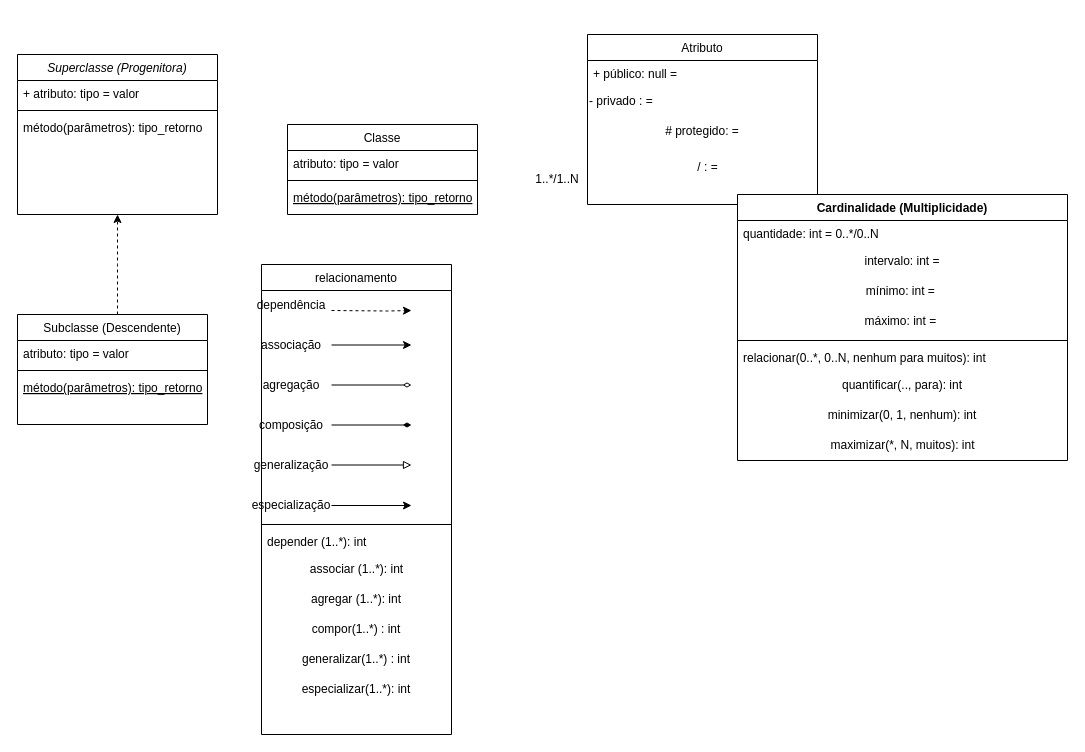
Earlier version of the draw.io diagram Diagrama sem nome.drawio (Italo-SS-95/Grau-T-cnico-INF-07). Source tidied: cells renumbered, new cells numbered last; positions are measured from the earlier drawing's top-left corner, leaving out a move shared by most shapes. Both pictures are drawn from the tidied source at 100%, with x=0, y=0 at pixel (17, 34).
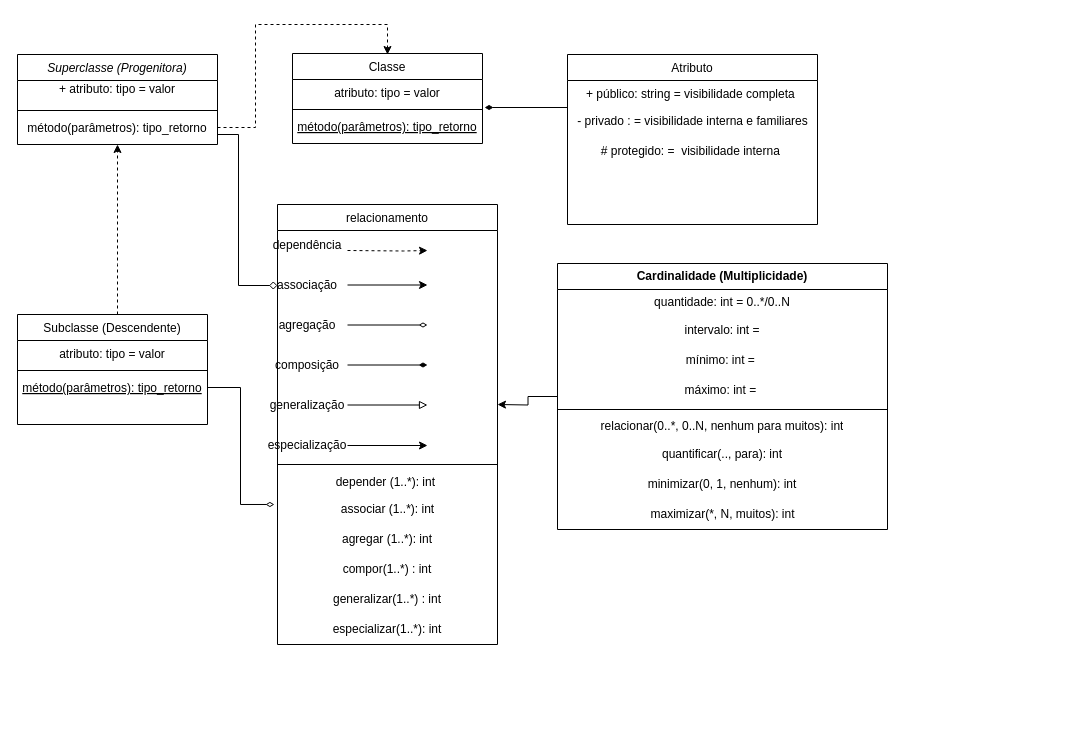
After the change.

The change refers to these unchanged cells:
```xml
<mxCell id="24" value="associação" style="text;strokeColor=none;align=center;fillColor=none;html=1;verticalAlign=middle;whiteSpace=wrap;rounded=0;" parent="23" vertex="1">
  <mxGeometry width="60" height="30" as="geometry" />
</mxCell>
```

The edit, as a diff of the source:
```diff
@@
+    <mxCell id="53" style="edgeStyle=orthogonalEdgeStyle;rounded=0;jettySize=auto;html=1;entryX=0;entryY=0.5;entryDx=0;entryDy=0;endArrow=diamond;endFill=0;align=center;verticalAlign=middle;" parent="1" edge="1" source="2" target="24">
+      <mxGeometry relative="1" as="geometry">
+        <Array as="points">
+          <mxPoint x="221" y="100" />
+          <mxPoint x="221" y="251" />
+        </Array>
+      </mxGeometry>
+    </mxCell>
-    <mxCell id="2" value="Superclasse (Progenitora)" style="swimlane;fontStyle=2;align=center;verticalAlign=top;horizontal=1;startSize=26;rounded=0;shadow=0;strokeWidth=1;" parent="1" vertex="1">
-      <mxGeometry y="20" width="200" height="160" as="geometry" />
+    <mxCell id="2" value="Superclasse (Progenitora)" style="swimlane;fontStyle=2;align=center;verticalAlign=middle;horizontal=1;startSize=26;rounded=0;shadow=0;strokeWidth=1;" parent="1" vertex="1">
+      <mxGeometry y="20" width="200" height="90" as="geometry" />
     </mxCell>
-    <mxCell id="3" value="+ atributo: tipo = valor&#10;&#10;" style="text;align=left;verticalAlign=top;spacingLeft=4;spacingRight=4;overflow=hidden;" parent="2" vertex="1">
+    <mxCell id="3" value="+ atributo: tipo = valor&#10;&#10;" style="text;align=center;verticalAlign=middle;spacingLeft=4;spacingRight=4;overflow=hidden;" parent="2" vertex="1">
       <mxGeometry y="26" width="200" height="26" as="geometry" />
     </mxCell>
-    <mxCell id="4" style="line;html=1;strokeWidth=1;align=left;verticalAlign=middle;spacingTop=-1;spacingLeft=3;spacingRight=3;labelPosition=right;" parent="2" vertex="1">
+    <mxCell id="4" style="line;html=1;strokeWidth=1;align=center;verticalAlign=middle;spacingTop=-1;spacingLeft=3;spacingRight=3;labelPosition=right;" parent="2" vertex="1">
       <mxGeometry y="52" width="200" height="8" as="geometry" />
     </mxCell>
-    <mxCell id="5" value="método(parâmetros): tipo_retorno" style="text;align=left;verticalAlign=top;spacingLeft=4;spacingRight=4;overflow=hidden;points=[[0,0.5],[1,0.5]];portConstraint=eastwest;" parent="2" vertex="1">
+    <mxCell id="5" value="método(parâmetros): tipo_retorno" style="text;align=center;verticalAlign=middle;spacingLeft=4;spacingRight=4;overflow=hidden;points=[[0,0.5],[1,0.5]];portConstraint=eastwest;" parent="2" vertex="1">
       <mxGeometry y="60" width="200" height="26" as="geometry" />
     </mxCell>
-    <mxCell id="6" value="Subclasse (Descendente)" style="swimlane;fontStyle=0;align=center;verticalAlign=top;horizontal=1;startSize=26;rounded=0;shadow=0;strokeWidth=1;" parent="1" vertex="1">
+    <mxCell id="6" value="Subclasse (Descendente)" style="swimlane;fontStyle=0;align=center;verticalAlign=middle;horizontal=1;startSize=26;rounded=0;shadow=0;strokeWidth=1;" parent="1" vertex="1">
       <mxGeometry y="280" width="190" height="110" as="geometry" />
     </mxCell>
-    <mxCell id="7" value="atributo: tipo = valor" style="text;align=left;verticalAlign=top;spacingLeft=4;spacingRight=4;overflow=hidden;" parent="6" vertex="1">
+    <mxCell id="7" value="atributo: tipo = valor" style="text;align=center;verticalAlign=middle;spacingLeft=4;spacingRight=4;overflow=hidden;" parent="6" vertex="1">
       <mxGeometry y="26" width="190" height="26" as="geometry" />
     </mxCell>
-    <mxCell id="8" style="line;html=1;strokeWidth=1;align=left;verticalAlign=middle;spacingTop=-1;spacingLeft=3;spacingRight=3;labelPosition=right;" parent="6" vertex="1">
+    <mxCell id="8" style="line;html=1;strokeWidth=1;align=center;verticalAlign=middle;spacingTop=-1;spacingLeft=3;spacingRight=3;labelPosition=right;" parent="6" vertex="1">
       <mxGeometry y="52" width="190" height="8" as="geometry" />
     </mxCell>
-    <mxCell id="9" value="método(parâmetros): tipo_retorno" style="text;align=left;verticalAlign=top;spacingLeft=4;spacingRight=4;overflow=hidden;points=[[0,0.5],[1,0.5]];portConstraint=eastwest;fontStyle=4;" parent="6" vertex="1">
+    <mxCell id="9" value="método(parâmetros): tipo_retorno" style="text;align=center;verticalAlign=middle;spacingLeft=4;spacingRight=4;overflow=hidden;points=[[0,0.5],[1,0.5]];portConstraint=eastwest;fontStyle=4;" parent="6" vertex="1">
       <mxGeometry y="60" width="190" height="26" as="geometry" />
     </mxCell>
-    <mxCell id="10" value="Classe" style="swimlane;fontStyle=0;align=center;verticalAlign=top;horizontal=1;startSize=26;rounded=0;shadow=0;strokeWidth=1;" parent="1" vertex="1">
-      <mxGeometry x="270" y="90" width="190" height="90" as="geometry" />
+    <mxCell id="10" value="Classe" style="swimlane;fontStyle=0;align=center;verticalAlign=middle;horizontal=1;startSize=26;rounded=0;shadow=0;strokeWidth=1;" parent="1" vertex="1">
+      <mxGeometry x="275" y="19" width="190" height="90" as="geometry" />
     </mxCell>
-    <mxCell id="11" value="atributo: tipo = valor" style="text;align=left;verticalAlign=top;spacingLeft=4;spacingRight=4;overflow=hidden;points=[[0,0.5],[1,0.5]];portConstraint=eastwest;" parent="10" vertex="1">
+    <mxCell id="11" value="atributo: tipo = valor" style="text;align=center;verticalAlign=middle;spacingLeft=4;spacingRight=4;overflow=hidden;points=[[0,0.5],[1,0.5]];portConstraint=eastwest;" parent="10" vertex="1">
       <mxGeometry y="26" width="190" height="26" as="geometry" />
     </mxCell>
-    <mxCell id="12" style="line;html=1;strokeWidth=1;align=left;verticalAlign=middle;spacingTop=-1;spacingLeft=3;spacingRight=3;labelPosition=right;" parent="10" vertex="1">
+    <mxCell id="12" style="line;html=1;strokeWidth=1;align=center;verticalAlign=middle;spacingTop=-1;spacingLeft=3;spacingRight=3;labelPosition=right;" parent="10" vertex="1">
       <mxGeometry y="52" width="190" height="8" as="geometry" />
     </mxCell>
-    <mxCell id="13" value="método(parâmetros): tipo_retorno" style="text;align=left;verticalAlign=top;spacingLeft=4;spacingRight=4;overflow=hidden;fontStyle=4;" parent="10" vertex="1">
+    <mxCell id="13" value="método(parâmetros): tipo_retorno" style="text;align=center;verticalAlign=middle;spacingLeft=4;spacingRight=4;overflow=hidden;fontStyle=4;" parent="10" vertex="1">
       <mxGeometry y="60" width="190" height="26" as="geometry" />
     </mxCell>
-    <mxCell id="14" value="1..*/1..N" style="text;strokeColor=none;align=center;fillColor=none;html=1;verticalAlign=middle;whiteSpace=wrap;rounded=0;" parent="1" vertex="1">
-      <mxGeometry x="510" y="130" width="60" height="30" as="geometry" />
-    </mxCell>
-    <mxCell id="15" style="edgeStyle=none;jettySize=auto;html=1;rounded=0;entryX=0.5;entryY=1;entryDx=0;entryDy=0;dashed=1;" parent="1" edge="1" target="2">
+    <mxCell id="15" style="edgeStyle=none;jettySize=auto;html=1;rounded=0;entryX=0.5;entryY=1;entryDx=0;entryDy=0;dashed=1;align=center;verticalAlign=middle;" parent="1" edge="1" target="2">
       <mxGeometry relative="1" as="geometry">
         <mxPoint x="100" y="280" as="sourcePoint" />
         <Array as="points">
           <mxPoint x="100" y="230" />
         </Array>
       </mxGeometry>
     </mxCell>
-    <mxCell id="16" value="Atributo" style="swimlane;fontStyle=0;align=center;verticalAlign=top;horizontal=1;startSize=26;rounded=0;shadow=0;strokeWidth=1;" parent="1" vertex="1">
-      <mxGeometry x="570" width="230" height="170" as="geometry" />
+    <mxCell id="16" value="Atributo" style="swimlane;fontStyle=0;align=center;verticalAlign=middle;horizontal=1;startSize=26;rounded=0;shadow=0;strokeWidth=1;" parent="1" vertex="1">
+      <mxGeometry x="550" y="20" width="250" height="170" as="geometry" />
     </mxCell>
-    <mxCell id="17" value="+ público: null = " style="text;align=left;verticalAlign=top;spacingLeft=4;spacingRight=4;overflow=hidden;" parent="16" vertex="1">
-      <mxGeometry y="26" width="230" height="26" as="geometry" />
+    <mxCell id="17" value="+ público: string = visibilidade completa " style="text;align=center;verticalAlign=middle;spacingLeft=4;spacingRight=4;overflow=hidden;" parent="16" vertex="1">
+      <mxGeometry y="26" width="250" height="26" as="geometry" />
     </mxCell>
-    <mxCell id="18" value="- privado : =" style="text;html=1;align=left;verticalAlign=middle;strokeColor=none;fillColor=none;" parent="16" vertex="1">
-      <mxGeometry y="52" width="230" height="30" as="geometry" />
+    <mxCell id="18" value="- privado : = visibilidade interna e familiares" style="text;html=1;align=center;verticalAlign=middle;strokeColor=none;fillColor=none;" parent="16" vertex="1">
+      <mxGeometry y="52" width="250" height="30" as="geometry" />
     </mxCell>
-    <mxCell id="19" value="# protegido: =" style="text;strokeColor=none;align=center;fillColor=none;html=1;verticalAlign=middle;whiteSpace=wrap;rounded=0;" parent="16" vertex="1">
-      <mxGeometry y="82" width="230" height="30" as="geometry" />
+    <mxCell id="19" value="# protegido: =&amp;nbsp; visibilidade interna&amp;nbsp;" style="text;strokeColor=none;align=center;fillColor=none;html=1;verticalAlign=middle;whiteSpace=wrap;rounded=0;" parent="16" vertex="1">
+      <mxGeometry y="82" width="250" height="30" as="geometry" />
     </mxCell>
-    <mxCell id="20" value="/ : =" style="text;html=1;align=center;verticalAlign=middle;strokeColor=none;fillColor=none;" parent="1" vertex="1">
-      <mxGeometry x="670" y="118" width="40" height="30" as="geometry" />
-    </mxCell>
-    <mxCell id="21" value="relacionamento" style="swimlane;fontStyle=0;align=center;verticalAlign=top;horizontal=1;startSize=26;rounded=0;shadow=0;strokeWidth=1;" parent="1" vertex="1">
-      <mxGeometry x="244" y="230" width="190" height="470" as="geometry" />
+    <mxCell id="21" value="relacionamento" style="swimlane;fontStyle=0;align=center;verticalAlign=middle;horizontal=1;startSize=26;rounded=0;shadow=0;strokeWidth=1;" parent="1" vertex="1">
+      <mxGeometry x="260" y="170" width="220" height="440" as="geometry" />
     </mxCell>
-    <mxCell id="22" style="group;" parent="21" vertex="1">
-      <mxGeometry y="26" width="190" height="230" as="geometry" />
+    <mxCell id="22" style="group;align=center;verticalAlign=middle;" parent="21" vertex="1">
+      <mxGeometry y="26" width="220" height="230" as="geometry" />
     </mxCell>
-    <mxCell id="23" style="group;" parent="22" vertex="1">
+    <mxCell id="23" style="group;align=center;verticalAlign=middle;" parent="22" vertex="1">
       <mxGeometry y="40" width="150" height="190" as="geometry" />
     </mxCell>
@@
-    <mxCell id="25" style="edgeStyle=none;orthogonalLoop=1;jettySize=auto;html=1;rounded=0;" parent="23" edge="1">
+    <mxCell id="25" style="edgeStyle=none;orthogonalLoop=1;jettySize=auto;html=1;rounded=0;align=center;verticalAlign=middle;" parent="23" edge="1">
       <mxGeometry relative="1" as="geometry">
         <mxPoint x="70" y="14.5" as="sourcePoint" />
         <mxPoint x="150" y="14.5" as="targetPoint" />
       </mxGeometry>
     </mxCell>
@@
-    <mxCell id="27" style="edgeStyle=none;orthogonalLoop=1;jettySize=auto;html=1;rounded=0;endArrow=diamondThin;endFill=0;" parent="23" edge="1">
+    <mxCell id="27" style="edgeStyle=none;orthogonalLoop=1;jettySize=auto;html=1;rounded=0;endArrow=diamondThin;endFill=0;align=center;verticalAlign=middle;" parent="23" edge="1">
       <mxGeometry relative="1" as="geometry">
         <mxPoint x="70" y="54.5" as="sourcePoint" />
         <mxPoint x="150" y="54.5" as="targetPoint" />
       </mxGeometry>
     </mxCell>
@@
-    <mxCell id="29" style="edgeStyle=none;orthogonalLoop=1;jettySize=auto;html=1;rounded=0;endArrow=diamondThin;endFill=1;" parent="23" edge="1">
+    <mxCell id="29" style="edgeStyle=none;orthogonalLoop=1;jettySize=auto;html=1;rounded=0;endArrow=diamondThin;endFill=1;align=center;verticalAlign=middle;" parent="23" edge="1">
       <mxGeometry relative="1" as="geometry">
         <mxPoint x="70" y="94.5" as="sourcePoint" />
         <mxPoint x="150" y="94.5" as="targetPoint" />
       </mxGeometry>
     </mxCell>
@@
-    <mxCell id="32" style="edgeStyle=none;orthogonalLoop=1;jettySize=auto;html=1;rounded=0;endArrow=block;endFill=0;" parent="23" edge="1">
+    <mxCell id="32" style="edgeStyle=none;orthogonalLoop=1;jettySize=auto;html=1;rounded=0;endArrow=block;endFill=0;align=center;verticalAlign=middle;" parent="23" edge="1">
       <mxGeometry relative="1" as="geometry">
         <mxPoint x="70" y="134.5" as="sourcePoint" />
         <mxPoint x="150" y="134.5" as="targetPoint" />
       </mxGeometry>
     </mxCell>
-    <mxCell id="33" style="edgeStyle=none;orthogonalLoop=1;jettySize=auto;html=1;rounded=0;" parent="23" edge="1">
+    <mxCell id="33" style="edgeStyle=none;orthogonalLoop=1;jettySize=auto;html=1;rounded=0;align=center;verticalAlign=middle;" parent="23" edge="1">
       <mxGeometry relative="1" as="geometry">
         <mxPoint x="70" y="175" as="sourcePoint" />
         <mxPoint x="150" y="175" as="targetPoint" />
       </mxGeometry>
     </mxCell>
-    <mxCell id="34" style="edgeStyle=none;orthogonalLoop=1;jettySize=auto;html=1;rounded=0;dashed=1;" parent="22" edge="1">
+    <mxCell id="34" style="edgeStyle=none;orthogonalLoop=1;jettySize=auto;html=1;rounded=0;dashed=1;align=center;verticalAlign=middle;" parent="22" edge="1">
       <mxGeometry relative="1" as="geometry">
         <mxPoint x="70" y="20" as="sourcePoint" />
         <mxPoint x="150" y="20" as="targetPoint" />
         <Array as="points">
           <mxPoint x="126" y="20.5" />
         </Array>
       </mxGeometry>
     </mxCell>
@@
-    <mxCell id="36" style="line;html=1;strokeWidth=1;align=left;verticalAlign=middle;spacingTop=-1;spacingLeft=3;spacingRight=3;labelPosition=right;" parent="21" vertex="1">
-      <mxGeometry y="256" width="190" height="8" as="geometry" />
+    <mxCell id="36" style="line;html=1;strokeWidth=1;align=center;verticalAlign=middle;spacingTop=-1;spacingLeft=3;spacingRight=3;labelPosition=right;" parent="21" vertex="1">
+      <mxGeometry y="256" width="220" height="8" as="geometry" />
     </mxCell>
-    <mxCell id="37" value="depender (1..*): int " style="text;align=left;verticalAlign=top;spacingLeft=4;spacingRight=4;overflow=hidden;fontStyle=0;" parent="21" vertex="1">
-      <mxGeometry y="264" width="190" height="26" as="geometry" />
+    <mxCell id="37" value="depender (1..*): int " style="text;align=center;verticalAlign=middle;spacingLeft=4;spacingRight=4;overflow=hidden;fontStyle=0;" parent="21" vertex="1">
+      <mxGeometry y="264" width="220" height="26" as="geometry" />
     </mxCell>
     <mxCell id="38" value="associar (1..*): int" style="text;html=1;align=center;verticalAlign=middle;points=[];strokeColor=none;fillColor=none;" parent="21" vertex="1">
-      <mxGeometry y="290" width="190" height="30" as="geometry" />
+      <mxGeometry y="290" width="220" height="30" as="geometry" />
     </mxCell>
     <mxCell id="39" value="agregar (1..*): int" style="text;strokeColor=none;align=center;fillColor=none;html=1;verticalAlign=middle;whiteSpace=wrap;rounded=0;" parent="21" vertex="1">
-      <mxGeometry y="320" width="190" height="30" as="geometry" />
+      <mxGeometry y="320" width="220" height="30" as="geometry" />
     </mxCell>
     <mxCell id="40" value="compor(1..*) : int" style="text;strokeColor=none;align=center;fillColor=none;html=1;verticalAlign=middle;whiteSpace=wrap;rounded=0;" parent="21" vertex="1">
-      <mxGeometry y="350" width="190" height="30" as="geometry" />
+      <mxGeometry y="350" width="220" height="30" as="geometry" />
     </mxCell>
     <mxCell id="41" value="generalizar(1..*) : int" style="text;strokeColor=none;align=center;fillColor=none;html=1;verticalAlign=middle;whiteSpace=wrap;rounded=0;" parent="21" vertex="1">
-      <mxGeometry y="380" width="190" height="30" as="geometry" />
+      <mxGeometry y="380" width="220" height="30" as="geometry" />
     </mxCell>
     <mxCell id="42" value="especializar(1..*): int" style="text;strokeColor=none;align=center;fillColor=none;html=1;verticalAlign=middle;whiteSpace=wrap;rounded=0;" parent="21" vertex="1">
-      <mxGeometry y="410" width="190" height="30" as="geometry" />
+      <mxGeometry y="410" width="220" height="30" as="geometry" />
     </mxCell>
+    <mxCell id="54" style="edgeStyle=orthogonalEdgeStyle;rounded=0;jettySize=auto;html=1;align=center;verticalAlign=middle;" parent="1" edge="1" source="43">
+      <mxGeometry relative="1" as="geometry">
+        <mxPoint x="480" y="370" as="targetPoint" />
+      </mxGeometry>
+    </mxCell>
-    <mxCell id="43" value="Cardinalidade (Multiplicidade)" style="swimlane;fontStyle=1;align=center;verticalAlign=top;horizontal=1;startSize=26;whiteSpace=wrap;html=1;" parent="1" vertex="1">
-      <mxGeometry x="720" y="160" width="330" height="266" as="geometry" />
+    <mxCell id="43" value="Cardinalidade (Multiplicidade)" style="swimlane;fontStyle=1;align=center;verticalAlign=middle;horizontal=1;startSize=26;whiteSpace=wrap;html=1;" parent="1" vertex="1">
+      <mxGeometry x="540" y="229" width="330" height="266" as="geometry" />
     </mxCell>
-    <mxCell id="44" value="quantidade: int = 0..*/0..N" style="text;strokeColor=none;fillColor=none;align=left;verticalAlign=top;spacingLeft=4;spacingRight=4;overflow=hidden;whiteSpace=wrap;html=1;" parent="43" vertex="1">
+    <mxCell id="44" value="quantidade: int = 0..*/0..N" style="text;strokeColor=none;fillColor=none;align=center;verticalAlign=middle;spacingLeft=4;spacingRight=4;overflow=hidden;whiteSpace=wrap;html=1;" parent="43" vertex="1">
       <mxGeometry y="26" width="330" height="26" as="geometry" />
     </mxCell>
@@
-    <mxCell id="48" style="line;strokeWidth=1;fillColor=none;align=left;verticalAlign=middle;spacingTop=-1;spacingLeft=3;spacingRight=3;labelPosition=right;strokeColor=inherit;" parent="43" vertex="1">
+    <mxCell id="48" style="line;strokeWidth=1;fillColor=none;align=center;verticalAlign=middle;spacingTop=-1;spacingLeft=3;spacingRight=3;labelPosition=right;strokeColor=inherit;" parent="43" vertex="1">
       <mxGeometry y="142" width="330" height="8" as="geometry" />
     </mxCell>
-    <mxCell id="49" value="relacionar(0..*, 0..N, nenhum para muitos): int" style="text;strokeColor=none;fillColor=none;align=left;verticalAlign=top;spacingLeft=4;spacingRight=4;overflow=hidden;whiteSpace=wrap;html=1;" parent="43" vertex="1">
+    <mxCell id="49" value="relacionar(0..*, 0..N, nenhum para muitos): int" style="text;strokeColor=none;fillColor=none;align=center;verticalAlign=middle;spacingLeft=4;spacingRight=4;overflow=hidden;whiteSpace=wrap;html=1;" parent="43" vertex="1">
       <mxGeometry y="150" width="330" height="26" as="geometry" />
     </mxCell>
@@
+    <mxCell id="55" style="edgeStyle=orthogonalEdgeStyle;rounded=0;jettySize=auto;html=1;dashed=1;align=center;verticalAlign=middle;" parent="1" edge="1" source="5">
+      <mxGeometry relative="1" as="geometry">
+        <mxPoint x="370" y="20" as="targetPoint" />
+        <Array as="points">
+          <mxPoint x="238" y="93" />
+          <mxPoint x="238" y="-10" />
+          <mxPoint x="370" y="-10" />
+        </Array>
+      </mxGeometry>
+    </mxCell>
+    <mxCell id="56" style="edgeStyle=orthogonalEdgeStyle;rounded=0;jettySize=auto;html=1;entryX=1.011;entryY=1.077;entryDx=0;entryDy=0;entryPerimeter=0;exitX=0;exitY=0;exitDx=0;exitDy=0;endArrow=diamondThin;endFill=1;align=center;verticalAlign=middle;" parent="1" edge="1" source="19" target="11">
+      <mxGeometry relative="1" as="geometry" />
+    </mxCell>
+    <mxCell id="57" style="edgeStyle=elbowEdgeStyle;rounded=0;jettySize=auto;html=1;endArrow=diamondThin;endFill=0;exitX=1;exitY=0.5;exitDx=0;exitDy=0;entryX=-0.014;entryY=0.333;entryDx=0;entryDy=0;entryPerimeter=0;align=center;verticalAlign=middle;" parent="1" edge="1" source="9" target="38">
+      <mxGeometry relative="1" as="geometry" />
+    </mxCell>
```
